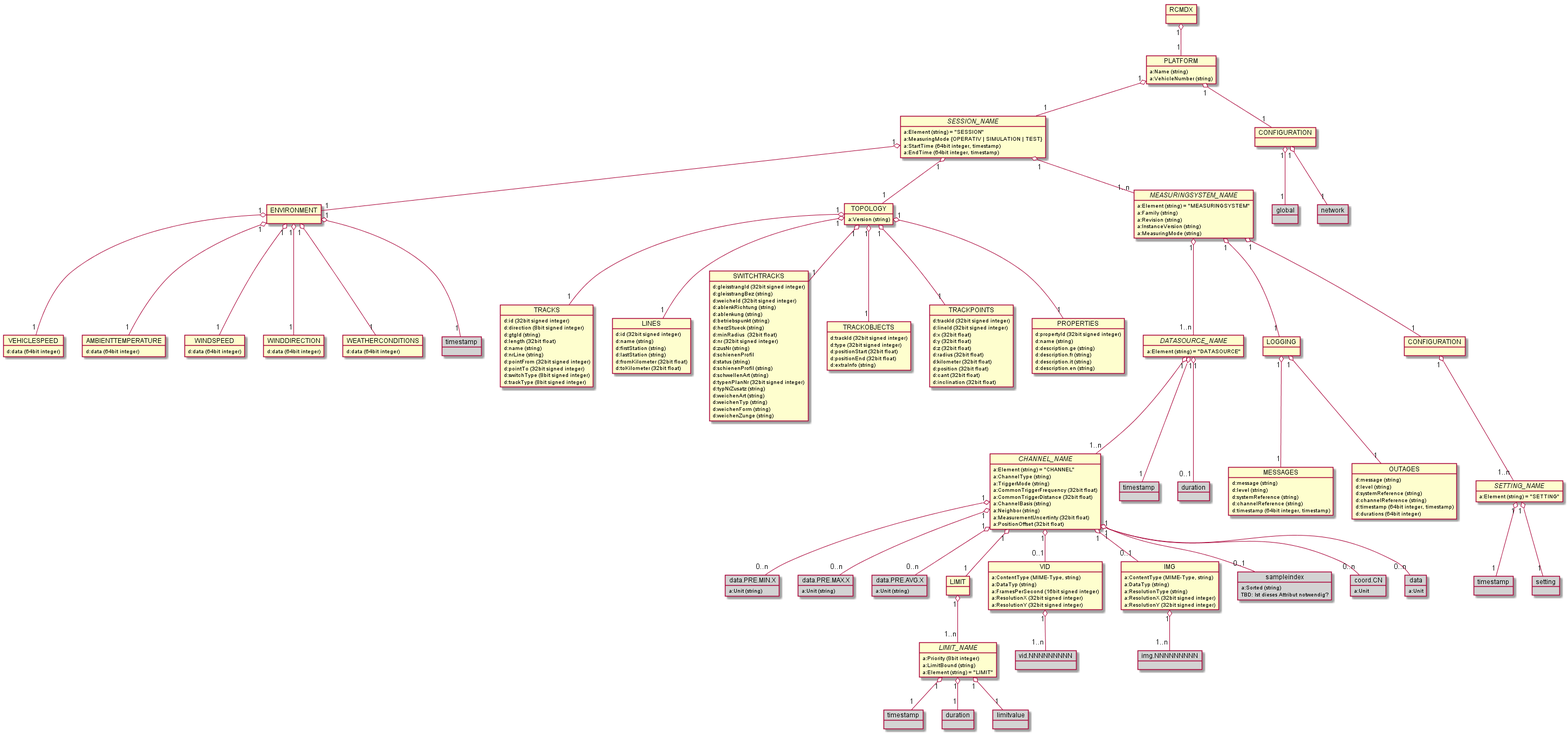
Earlier version of the PlantUML export images/generated/RCM_DX_Structure.png (OpenRailAssociation/rcm-dx).
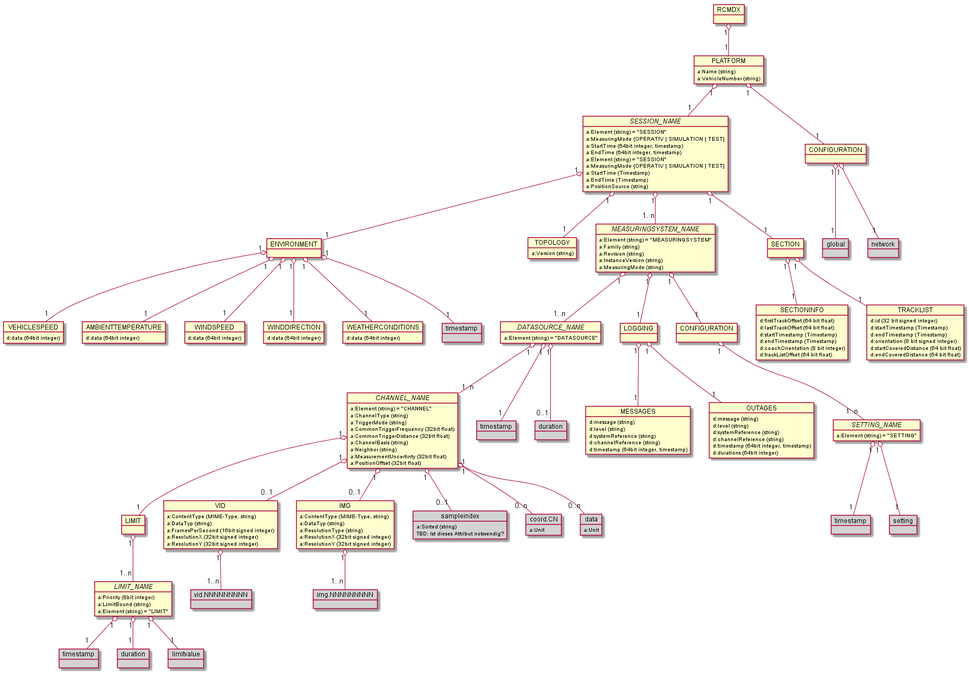
After the change.

Diff of the diagram source:
```diff
@@ -1,18 +1,6 @@
 @startuml RCM_DX_Structure
 
   object RCMDX
-
-  object data.PRE.MIN.X #LightGray {
-    a:Unit (string)
-  }
-
-  object data.PRE.MAX.X #LightGray {
-    a:Unit (string)
-  }
-
-  object data.PRE.AVG.X #LightGray {
-    a:Unit (string)
-  }
 
   object LIMIT
 
@@ -53,82 +41,6 @@
   object TOPOLOGY {
     a:Version (string)
   }
-
-  object TRACKS {
-    d:id (32bit signed integer)
-    d:direction (8bit signed integer)
-    d:gtgId (string)
-    d:length (32bit float)
-    d:name (string)
-    d:nrLine (string)
-    d:pointFrom (32bit signed integer)
-    d:pointTo (32bit signed integer)
-    d:switchType (8bit signed integer)
-    d:trackType (8bit signed integer)
-  }
-
-  object LINES {
-    d:id (32bit signed integer)
-    d:name (string)
-    d:firstStation (string)
-    d:lastStation (string)
-    d:fromKilometer (32bit float)
-    d:toKilometer (32bit float)
-  }
-
-  object SWITCHTRACKS {
-    d:gleisstrangId (32bit signed integer)
-    d:gleisstrangBez (string)
-    d:weicheId (32bit signed integer)
-    d:ablenkRichtung (string)
-    d:ablenkung (string)
-    d:betriebspunkt (string)
-    d:herzStueck (string)
-    d:minRadius  (32bit float)
-    d:nr (32bit signed integer)
-    d:zusNr (string)
-    d:schienenProfil
-    d:status (string)
-    d:schienenProfil (string)
-    d:schwellenArt (string)
-    d:typenPlanNr (32bit signed integer)
-    d:typNrZusatz (string)
-    d:weichenArt (string)
-    d:weichenTyp (string)
-    d:weichenForm (string)
-    d:weichenZunge (string)
-  }
-
-  object TRACKOBJECTS {
-    d:trackId (32bit signed integer)
-    d:type (32bit signed integer)
-    d:positionStart (32bit float)
-    d:positionEnd (32bit float)
-    d:extraInfo (string)
-  }
-
-  object TRACKPOINTS {
-    d:trackId (32bit signed integer)
-    d:lineId (32bit signed integer)
-    d:x (32bit float)
-    d:y (32bit float)
-    d:z (32bit float)
-    d:radius (32bit float)
-    d:kilometer (32bit float)
-    d:position (32bit float)
-    d:cant (32bit float)
-    d:inclination (32bit float)
-  }
-
-  object PROPERTIES {
-    d:propertyId (32bit signed integer)
-    d:name (string)
-    d:description.ge (string)
-    d:description.fr (string)
-    d:description.it (string)
-    d:description.en (string)
-  }
-
   object "//MEASURINGSYSTEM_NAME//" as measuringsystem_name {
     a:Element (string) = "MEASURINGSYSTEM"
     a:Family (string)
@@ -275,16 +187,6 @@
 
   session_name "1" o-- "1" TOPOLOGY
 
-  TOPOLOGY "1" o-- "1" TRACKS
-  TOPOLOGY "1" o-- "1" LINES
-  TOPOLOGY "1" o-- "1" SWITCHTRACKS
-  TOPOLOGY "1" o-- "1" TRACKOBJECTS
-  TOPOLOGY "1" o-- "1" TRACKPOINTS
-  TOPOLOGY "1" o-- "1" PROPERTIES
-
-  channel_name "1" o-- "0..n" data.PRE.MIN.X
-  channel_name "1" o-- "0..n" data.PRE.MAX.X
-  channel_name "1" o-- "0..n" data.PRE.AVG.X
 
   measuringsystem_name "1" o-- "1" LOGGING
 
@@ -296,4 +198,37 @@
   setting_name "1" o-- "1" setting
   setting_name "1" o-- "1" t4
 
+    object "//SESSION_NAME//" as session_name {
+    a:Element (string) = "SESSION"
+    a:MeasuringMode {OPERATIV | SIMULATION | TEST}
+    a:StartTime (Timestamp)
+    a:EndTime (Timestamp)
+    a:PositionSource (string)
+  }
+
+  object SECTION
+
+  object SECTIONINFO {
+    d:firstTrackOffset (64 bit float)
+    d:lastTrackOffset (64 bit float)
+    d:startTimestamp (Timestamp)
+    d:endTimestamp (Timestamp)
+    d:coachOrientation (8 bit integer)
+    d:trackListOffset (64 bit float)
+  }
+
+  object TRACKLIST {
+    d:id (32 bit signed integer)
+    d:startTimestamp (Timestamp)
+    d:endTimestamp (Timestamp)
+    d:orientation (8 bit signed integer)
+    d:startCoveredDistance (64 bit float)
+    d:endCoveredDistance (64 bit float)
+
+  }
+
+  session_name "1" o-- "1" SECTION
+  SECTION "1" o-- "1" SECTIONINFO
+  SECTION "1" o-- "1" TRACKLIST
+
 @enduml
```
